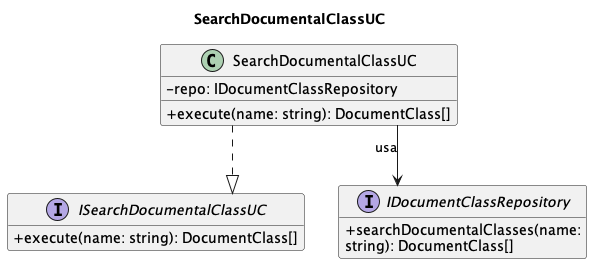
7-ZPUs/Docs keeps this PlantUML diagram as out/3_PB/DocumentiEsterni/DiagrammiSpecificaTecnica/C4/C4_backend_Search/C4_backend_Search-1.png. Above is the earlier version.
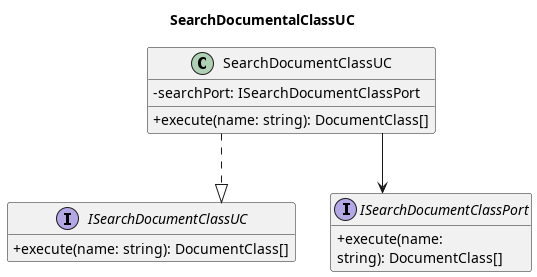
The same file after the commit.

Diff of the diagram source:
```diff
@@ -5,19 +5,19 @@
 skinparam linetype ortho
 hide empty members
 
-interface ISearchDocumentalClassUC {
+interface ISearchDocumentClassUC {
     + execute(name: string): DocumentClass[]
 }
-class SearchDocumentalClassUC {
-    - repo: IDocumentClassRepository
+class SearchDocumentClassUC {
+    - searchPort: ISearchDocumentClassPort
     + execute(name: string): DocumentClass[]
 }
-interface IDocumentClassRepository {
-    + searchDocumentalClasses(name:
+interface ISearchDocumentClassPort {
+    + execute(name:
     string): DocumentClass[]
 }
 
-SearchDocumentalClassUC ..|> ISearchDocumentalClassUC
-SearchDocumentalClassUC --> IDocumentClassRepository : usa
+SearchDocumentClassUC ..|> ISearchDocumentClassUC
+SearchDocumentClassUC --> ISearchDocumentClassPort
 
 @enduml
```
